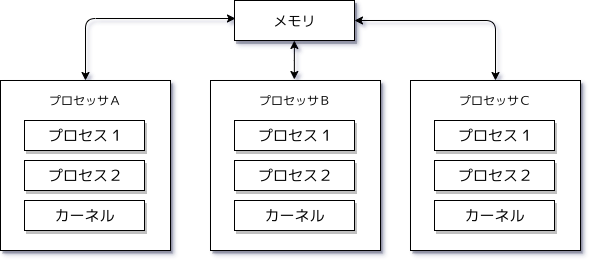
This is images/Fig6-SMP_JP.png from takeshi-aihana/LinuxKernelLabs.github.io.in_JP, a draw.io export, as it was before one commit. Source tidied: cells renumbered, new cells last; positions are measured from the earlier drawing's top-left corner, leaving out a move shared by most shapes. Its diagram source:
```xml
<mxGraphModel background="#ffffff" shadow="1">
  <root>
    <mxCell id="0" />
    <mxCell id="1" parent="0" />
    <mxCell id="2" style="edgeStyle=orthogonalEdgeStyle;rounded=0;jettySize=auto;html=1;entryX=0.494;entryY=-0.006;entryDx=0;entryDy=0;entryPerimeter=0;startArrow=classic;startFill=1;" parent="1" edge="1" source="3" target="4">
      <mxGeometry relative="1" as="geometry">
        <Array as="points">
          <mxPoint x="294" y="60" />
          <mxPoint x="294" y="60" />
        </Array>
      </mxGeometry>
    </mxCell>
    <mxCell id="3" value="&lt;font style=&quot;font-size: 14px&quot; face=&quot;ヒラギノ角ゴ Pro W5&quot;&gt;メモリ&lt;/font&gt;" style="rounded=0;whiteSpace=wrap;html=1;shadow=1;" parent="1" vertex="1">
      <mxGeometry x="234" width="120" height="40" as="geometry" />
    </mxCell>
    <mxCell id="4" style="verticalLabelPosition=bottom;verticalAlign=top;html=1;shape=mxgraph.basic.rect;fillColor2=none;strokeWidth=1;size=20;indent=5;shadow=1;" parent="1" vertex="1">
      <mxGeometry x="210" y="80" width="170" height="170" as="geometry" />
    </mxCell>
    <mxCell id="5" style="group;" parent="1" vertex="1">
      <mxGeometry x="234" y="120" width="120" height="110" as="geometry" />
    </mxCell>
    <mxCell id="6" value="&lt;font face=&quot;ヒラギノ角ゴ Pro W5&quot; style=&quot;font-size: 15px&quot;&gt;プロセス１&lt;/font&gt;" style="rounded=0;whiteSpace=wrap;html=1;shadow=1;" parent="5" vertex="1">
      <mxGeometry width="120" height="30" as="geometry" />
    </mxCell>
    <mxCell id="7" value="&lt;font face=&quot;ヒラギノ角ゴ Pro W5&quot; style=&quot;font-size: 15px&quot;&gt;プロセス２&lt;/font&gt;" style="rounded=0;whiteSpace=wrap;html=1;shadow=1;" parent="5" vertex="1">
      <mxGeometry y="40" width="120" height="30" as="geometry" />
    </mxCell>
    <mxCell id="8" value="&lt;font face=&quot;ヒラギノ角ゴ Pro W5&quot;&gt;&lt;span style=&quot;font-size: 15px&quot;&gt;カーネル&lt;/span&gt;&lt;/font&gt;" style="rounded=0;whiteSpace=wrap;html=1;shadow=1;" parent="5" vertex="1">
      <mxGeometry y="80" width="120" height="30" as="geometry" />
    </mxCell>
    <mxCell id="9" value="プロセッサＢ" style="text;html=1;strokeColor=none;fillColor=none;align=center;verticalAlign=middle;whiteSpace=wrap;rounded=0;shadow=1;" parent="1" vertex="1">
      <mxGeometry x="254" y="90" width="80" height="20" as="geometry" />
    </mxCell>
    <mxCell id="10" style="verticalLabelPosition=bottom;verticalAlign=top;html=1;shape=mxgraph.basic.rect;fillColor2=none;strokeWidth=1;size=20;indent=5;shadow=1;" parent="1" vertex="1">
      <mxGeometry x="410" y="80" width="170" height="170" as="geometry" />
    </mxCell>
    <mxCell id="11" style="group;" parent="1" vertex="1">
      <mxGeometry x="434" y="120" width="120" height="110" as="geometry" />
    </mxCell>
    <mxCell id="12" value="&lt;font face=&quot;ヒラギノ角ゴ Pro W5&quot; style=&quot;font-size: 15px&quot;&gt;プロセス１&lt;/font&gt;" style="rounded=0;whiteSpace=wrap;html=1;shadow=1;" parent="11" vertex="1">
      <mxGeometry width="120" height="30" as="geometry" />
    </mxCell>
    <mxCell id="13" value="&lt;font face=&quot;ヒラギノ角ゴ Pro W5&quot; style=&quot;font-size: 15px&quot;&gt;プロセス２&lt;/font&gt;" style="rounded=0;whiteSpace=wrap;html=1;shadow=1;" parent="11" vertex="1">
      <mxGeometry y="40" width="120" height="30" as="geometry" />
    </mxCell>
    <mxCell id="14" value="&lt;font face=&quot;ヒラギノ角ゴ Pro W5&quot;&gt;&lt;span style=&quot;font-size: 15px&quot;&gt;カーネル&lt;/span&gt;&lt;/font&gt;" style="rounded=0;whiteSpace=wrap;html=1;shadow=1;" parent="11" vertex="1">
      <mxGeometry y="80" width="120" height="30" as="geometry" />
    </mxCell>
    <mxCell id="15" value="プロセッサＣ" style="text;html=1;strokeColor=none;fillColor=none;align=center;verticalAlign=middle;whiteSpace=wrap;rounded=0;shadow=1;" parent="1" vertex="1">
      <mxGeometry x="454" y="90" width="80" height="20" as="geometry" />
    </mxCell>
    <mxCell id="16" style="verticalLabelPosition=bottom;verticalAlign=top;html=1;shape=mxgraph.basic.rect;fillColor2=none;strokeWidth=1;size=20;indent=5;shadow=1;" parent="1" vertex="1">
      <mxGeometry y="80" width="170" height="170" as="geometry" />
    </mxCell>
    <mxCell id="17" value="プロセッサＡ" style="text;html=1;strokeColor=none;fillColor=none;align=center;verticalAlign=middle;whiteSpace=wrap;rounded=0;shadow=1;" parent="1" vertex="1">
      <mxGeometry x="44" y="90" width="80" height="20" as="geometry" />
    </mxCell>
    <mxCell id="18" value="&lt;font face=&quot;ヒラギノ角ゴ Pro W5&quot; style=&quot;font-size: 15px&quot;&gt;プロセス１&lt;/font&gt;" style="rounded=0;whiteSpace=wrap;html=1;shadow=1;" parent="1" vertex="1">
      <mxGeometry x="24" y="120" width="120" height="30" as="geometry" />
    </mxCell>
    <mxCell id="19" value="&lt;font face=&quot;ヒラギノ角ゴ Pro W5&quot; style=&quot;font-size: 15px&quot;&gt;プロセス２&lt;/font&gt;" style="rounded=0;whiteSpace=wrap;html=1;shadow=1;" parent="1" vertex="1">
      <mxGeometry x="24" y="160" width="120" height="30" as="geometry" />
    </mxCell>
    <mxCell id="20" value="&lt;font face=&quot;ヒラギノ角ゴ Pro W5&quot;&gt;&lt;span style=&quot;font-size: 15px&quot;&gt;カーネル&lt;/span&gt;&lt;/font&gt;" style="rounded=0;whiteSpace=wrap;html=1;shadow=1;" parent="1" vertex="1">
      <mxGeometry x="24" y="200" width="120" height="30" as="geometry" />
    </mxCell>
    <mxCell id="21" style="endArrow=classic;startArrow=classic;html=1;" parent="1" edge="1">
      <mxGeometry relative="1" as="geometry">
        <mxPoint x="85" y="80" as="sourcePoint" />
        <mxPoint x="235" y="18" as="targetPoint" />
        <Array as="points">
          <mxPoint x="85" y="18" />
        </Array>
      </mxGeometry>
    </mxCell>
    <mxCell id="22" style="endArrow=classic;startArrow=classic;html=1;entryX=1;entryY=0.5;entryDx=0;entryDy=0;" parent="1" edge="1" target="3">
      <mxGeometry relative="1" as="geometry">
        <mxPoint x="495" y="80" as="sourcePoint" />
        <Array as="points">
          <mxPoint x="495" y="20" />
        </Array>
      </mxGeometry>
    </mxCell>
  </root>
</mxGraphModel>
```
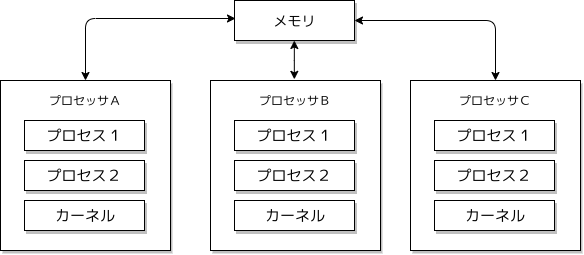
Above is the later version.

What changed in the source:
```diff
@@ -1,4 +1,4 @@
-<mxGraphModel background="#ffffff" shadow="1">
+<mxGraphModel background="#ffffff">
   <root>
     <mxCell id="0" />
     <mxCell id="1" parent="0" />
@@ -19,15 +19,15 @@
     <mxCell id="5" style="group;" parent="1" vertex="1">
       <mxGeometry x="234" y="120" width="120" height="110" as="geometry" />
     </mxCell>
-    <mxCell id="6" value="&lt;font face=&quot;ヒラギノ角ゴ Pro W5&quot; style=&quot;font-size: 15px&quot;&gt;プロセス１&lt;/font&gt;" style="rounded=0;whiteSpace=wrap;html=1;shadow=1;" parent="5" vertex="1">
-      <mxGeometry width="120" height="30" as="geometry" />
-    </mxCell>
-    <mxCell id="7" value="&lt;font face=&quot;ヒラギノ角ゴ Pro W5&quot; style=&quot;font-size: 15px&quot;&gt;プロセス２&lt;/font&gt;" style="rounded=0;whiteSpace=wrap;html=1;shadow=1;" parent="5" vertex="1">
-      <mxGeometry y="40" width="120" height="30" as="geometry" />
-    </mxCell>
-    <mxCell id="8" value="&lt;font face=&quot;ヒラギノ角ゴ Pro W5&quot;&gt;&lt;span style=&quot;font-size: 15px&quot;&gt;カーネル&lt;/span&gt;&lt;/font&gt;" style="rounded=0;whiteSpace=wrap;html=1;shadow=1;" parent="5" vertex="1">
-      <mxGeometry y="80" width="120" height="30" as="geometry" />
-    </mxCell>
+    <mxCell id="23" value="&lt;font face=&quot;ヒラギノ角ゴ Pro W5&quot; style=&quot;font-size: 15px&quot;&gt;プロセス１&lt;/font&gt;" style="rounded=0;whiteSpace=wrap;html=1;shadow=1;" parent="5" vertex="1">
+      <mxGeometry width="120" height="30" as="geometry" />
+    </mxCell>
+    <mxCell id="24" value="&lt;font face=&quot;ヒラギノ角ゴ Pro W5&quot; style=&quot;font-size: 15px&quot;&gt;プロセス２&lt;/font&gt;" style="rounded=0;whiteSpace=wrap;html=1;shadow=1;" parent="5" vertex="1">
+      <mxGeometry y="40" width="120" height="30" as="geometry" />
+    </mxCell>
+    <mxCell id="25" value="&lt;font face=&quot;ヒラギノ角ゴ Pro W5&quot;&gt;&lt;span style=&quot;font-size: 15px&quot;&gt;カーネル&lt;/span&gt;&lt;/font&gt;" style="rounded=0;whiteSpace=wrap;html=1;shadow=1;" parent="5" vertex="1">
+      <mxGeometry y="80" width="120" height="30" as="geometry" />
+    </mxCell>
     <mxCell id="9" value="プロセッサＢ" style="text;html=1;strokeColor=none;fillColor=none;align=center;verticalAlign=middle;whiteSpace=wrap;rounded=0;shadow=1;" parent="1" vertex="1">
       <mxGeometry x="254" y="90" width="80" height="20" as="geometry" />
     </mxCell>
@@ -37,15 +37,15 @@
     <mxCell id="11" style="group;" parent="1" vertex="1">
       <mxGeometry x="434" y="120" width="120" height="110" as="geometry" />
     </mxCell>
-    <mxCell id="12" value="&lt;font face=&quot;ヒラギノ角ゴ Pro W5&quot; style=&quot;font-size: 15px&quot;&gt;プロセス１&lt;/font&gt;" style="rounded=0;whiteSpace=wrap;html=1;shadow=1;" parent="11" vertex="1">
-      <mxGeometry width="120" height="30" as="geometry" />
-    </mxCell>
-    <mxCell id="13" value="&lt;font face=&quot;ヒラギノ角ゴ Pro W5&quot; style=&quot;font-size: 15px&quot;&gt;プロセス２&lt;/font&gt;" style="rounded=0;whiteSpace=wrap;html=1;shadow=1;" parent="11" vertex="1">
-      <mxGeometry y="40" width="120" height="30" as="geometry" />
-    </mxCell>
-    <mxCell id="14" value="&lt;font face=&quot;ヒラギノ角ゴ Pro W5&quot;&gt;&lt;span style=&quot;font-size: 15px&quot;&gt;カーネル&lt;/span&gt;&lt;/font&gt;" style="rounded=0;whiteSpace=wrap;html=1;shadow=1;" parent="11" vertex="1">
-      <mxGeometry y="80" width="120" height="30" as="geometry" />
-    </mxCell>
+    <mxCell id="26" value="&lt;font face=&quot;ヒラギノ角ゴ Pro W5&quot; style=&quot;font-size: 15px&quot;&gt;プロセス１&lt;/font&gt;" style="rounded=0;whiteSpace=wrap;html=1;shadow=1;" parent="11" vertex="1">
+      <mxGeometry width="120" height="30" as="geometry" />
+    </mxCell>
+    <mxCell id="27" value="&lt;font face=&quot;ヒラギノ角ゴ Pro W5&quot; style=&quot;font-size: 15px&quot;&gt;プロセス２&lt;/font&gt;" style="rounded=0;whiteSpace=wrap;html=1;shadow=1;" parent="11" vertex="1">
+      <mxGeometry y="40" width="120" height="30" as="geometry" />
+    </mxCell>
+    <mxCell id="28" value="&lt;font face=&quot;ヒラギノ角ゴ Pro W5&quot;&gt;&lt;span style=&quot;font-size: 15px&quot;&gt;カーネル&lt;/span&gt;&lt;/font&gt;" style="rounded=0;whiteSpace=wrap;html=1;shadow=1;" parent="11" vertex="1">
+      <mxGeometry y="80" width="120" height="30" as="geometry" />
+    </mxCell>
     <mxCell id="15" value="プロセッサＣ" style="text;html=1;strokeColor=none;fillColor=none;align=center;verticalAlign=middle;whiteSpace=wrap;rounded=0;shadow=1;" parent="1" vertex="1">
       <mxGeometry x="454" y="90" width="80" height="20" as="geometry" />
     </mxCell>
@@ -64,22 +64,22 @@
     <mxCell id="20" value="&lt;font face=&quot;ヒラギノ角ゴ Pro W5&quot;&gt;&lt;span style=&quot;font-size: 15px&quot;&gt;カーネル&lt;/span&gt;&lt;/font&gt;" style="rounded=0;whiteSpace=wrap;html=1;shadow=1;" parent="1" vertex="1">
       <mxGeometry x="24" y="200" width="120" height="30" as="geometry" />
     </mxCell>
-    <mxCell id="21" style="endArrow=classic;startArrow=classic;html=1;" parent="1" edge="1">
-      <mxGeometry relative="1" as="geometry">
-        <mxPoint x="85" y="80" as="sourcePoint" />
-        <mxPoint x="235" y="18" as="targetPoint" />
-        <Array as="points">
-          <mxPoint x="85" y="18" />
-        </Array>
-      </mxGeometry>
-    </mxCell>
-    <mxCell id="22" style="endArrow=classic;startArrow=classic;html=1;entryX=1;entryY=0.5;entryDx=0;entryDy=0;" parent="1" edge="1" target="3">
-      <mxGeometry relative="1" as="geometry">
-        <mxPoint x="495" y="80" as="sourcePoint" />
-        <Array as="points">
-          <mxPoint x="495" y="20" />
-        </Array>
-      </mxGeometry>
-    </mxCell>
+    <mxCell id="29" style="endArrow=classic;startArrow=classic;html=1;" parent="1" edge="1">
+      <mxGeometry relative="1" as="geometry">
+        <mxPoint x="85" y="80" as="sourcePoint" />
+        <mxPoint x="235" y="18" as="targetPoint" />
+        <Array as="points">
+          <mxPoint x="85" y="18" />
+        </Array>
+      </mxGeometry>
+    </mxCell>
+    <mxCell id="30" style="endArrow=classic;startArrow=classic;html=1;entryX=1;entryY=0.5;entryDx=0;entryDy=0;" parent="1" edge="1" target="3">
+      <mxGeometry relative="1" as="geometry">
+        <mxPoint x="495" y="80" as="sourcePoint" />
+        <Array as="points">
+          <mxPoint x="495" y="20" />
+        </Array>
+      </mxGeometry>
+    </mxCell>
   </root>
 </mxGraphModel>
```
